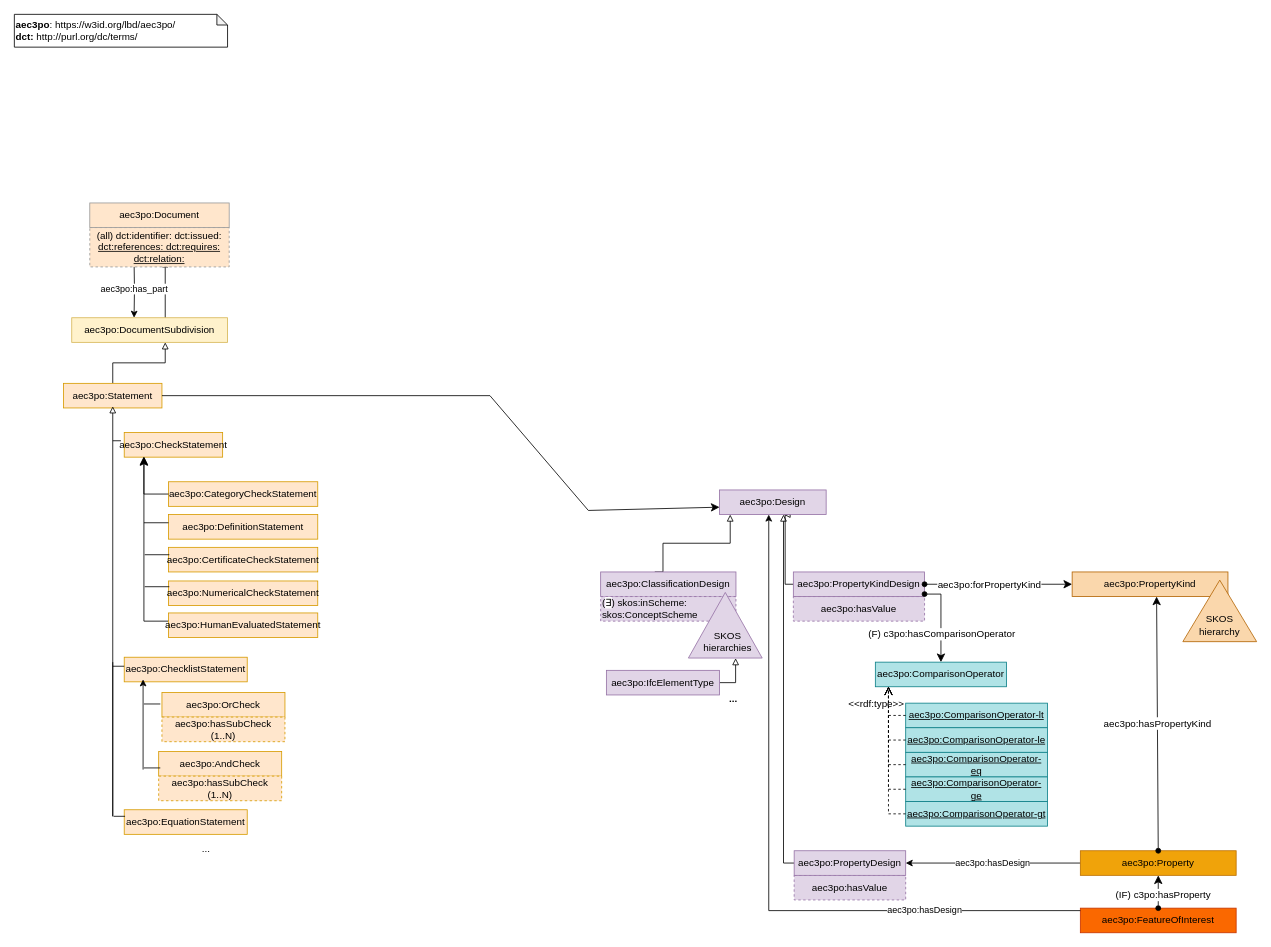
The draw.io diagram page "aec3po_light" (7 of 9) of aec3po.drawio in Accord-Project/aec3po, before the edit. Source tidied: cells renumbered, new cells numbered last; positions are measured from the earlier drawing's top-left corner, leaving out a move shared by most shapes. Both pictures are drawn from the tidied source at 82%, with x=0, y=0 at pixel (14, 14).
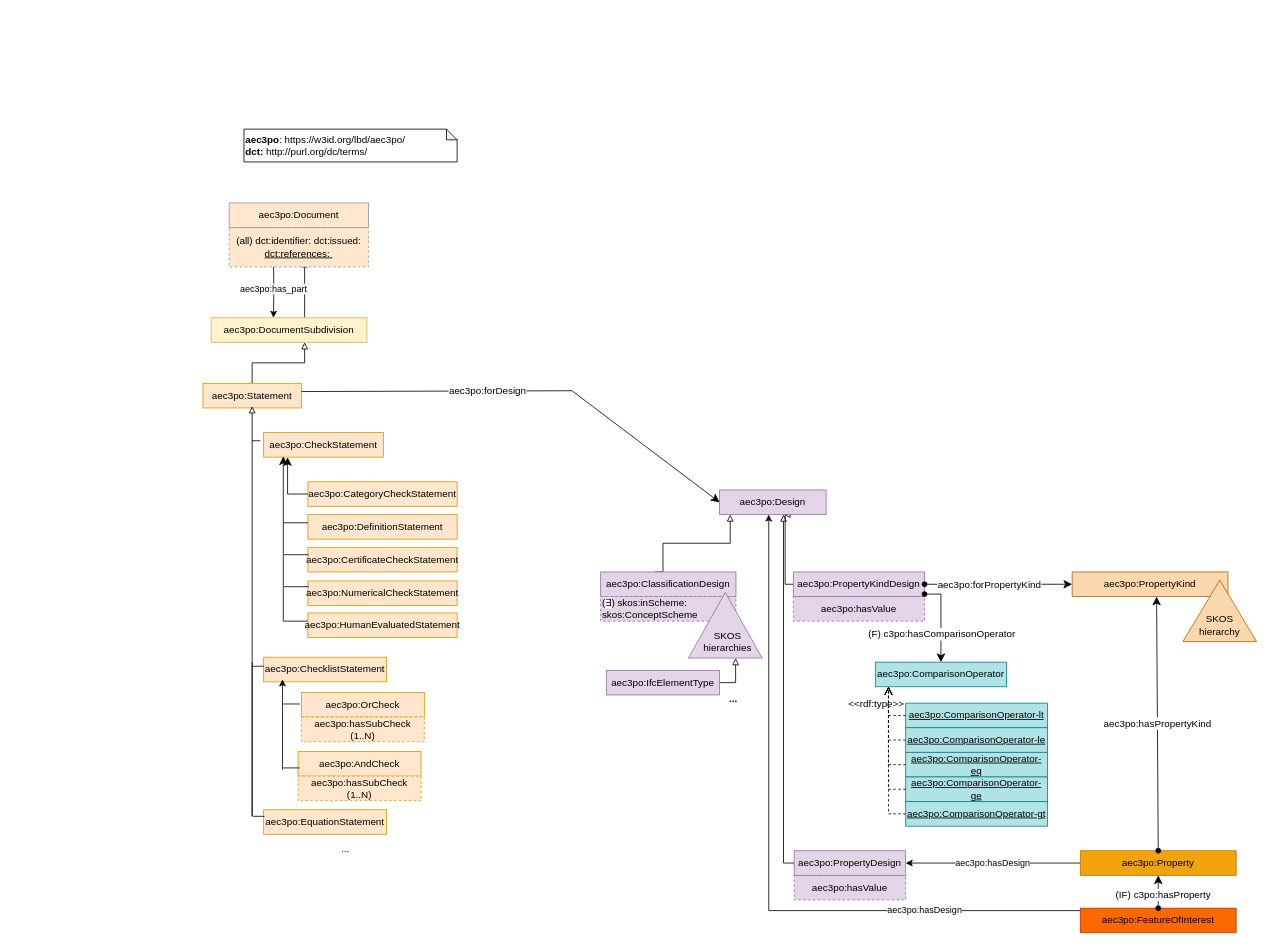
Above is the later version.

The change refers to these unchanged cells:
```xml
<mxCell id="39" value="aec3po:Design" style="rounded=0;whiteSpace=wrap;html=1;snapToPoint=1;points=[[0.1,0],[0.2,0],[0.3,0],[0.4,0],[0.5,0],[0.6,0],[0.7,0],[0.8,0],[0.9,0],[0,0.1],[0,0.3],[0,0.5],[0,0.7],[0,0.9],[0.1,1],[0.2,1],[0.3,1],[0.4,1],[0.5,1],[0.6,1],[0.7,1],[0.8,1],[0.9,1],[1,0.1],[1,0.3],[1,0.5],[1,0.7],[1,0.9]];fillColor=#e1d5e7;strokeColor=#9673a6;" parent="1" vertex="1">
  <mxGeometry x="860" y="580" width="130" height="30" as="geometry" />
</mxCell>
```

What changed in the source:
```diff
@@
     <mxCell id="2" value="&lt;b&gt;aec3po&lt;/b&gt;&lt;span style=&quot;background-color: initial;&quot;&gt;: https://w3id.org/lbd/aec3po/&lt;/span&gt;&lt;b&gt;&lt;br&gt;&lt;/b&gt;&lt;b style=&quot;--tw-border-spacing-x: 0; --tw-border-spacing-y: 0; --tw-translate-x: 0; --tw-translate-y: 0; --tw-rotate: 0; --tw-skew-x: 0; --tw-skew-y: 0; --tw-scale-x: 1; --tw-scale-y: 1; --tw-pan-x: ; --tw-pan-y: ; --tw-pinch-zoom: ; --tw-scroll-snap-strictness: proximity; --tw-ordinal: ; --tw-slashed-zero: ; --tw-numeric-figure: ; --tw-numeric-spacing: ; --tw-numeric-fraction: ; --tw-ring-inset: ; --tw-ring-offset-width: 0px; --tw-ring-offset-color: #fff; --tw-ring-color: rgb(59 130 246 / 0.5); --tw-ring-offset-shadow: 0 0 #0000; --tw-ring-shadow: 0 0 #0000; --tw-shadow: 0 0 #0000; --tw-shadow-colored: 0 0 #0000; --tw-blur: ; --tw-brightness: ; --tw-contrast: ; --tw-grayscale: ; --tw-hue-rotate: ; --tw-invert: ; --tw-saturate: ; --tw-sepia: ; --tw-drop-shadow: ; --tw-backdrop-blur: ; --tw-backdrop-brightness: ; --tw-backdrop-contrast: ; --tw-backdrop-grayscale: ; --tw-backdrop-hue-rotate: ; --tw-backdrop-invert: ; --tw-backdrop-opacity: ; --tw-backdrop-saturate: ; --tw-backdrop-sepia: ; border-color: var(--border-color); background-color: initial;&quot;&gt;dct:&lt;/b&gt;&amp;nbsp;http://purl.org/dc/terms/" style="shape=note;whiteSpace=wrap;html=1;backgroundOutline=1;darkOpacity=0.05;size=13;align=left;" parent="1" vertex="1">
-      <mxGeometry width="260" height="40" as="geometry" />
+      <mxGeometry x="280" y="140" width="260" height="40" as="geometry" />
     </mxCell>
@@
     <mxCell id="13" value="aec3po:Statement" style="rounded=0;whiteSpace=wrap;html=1;snapToPoint=1;points=[[0.1,0],[0.2,0],[0.3,0],[0.4,0],[0.5,0],[0.6,0],[0.7,0],[0.8,0],[0.9,0],[0,0.1],[0,0.3],[0,0.5],[0,0.7],[0,0.9],[0.1,1],[0.2,1],[0.3,1],[0.4,1],[0.5,1],[0.6,1],[0.7,1],[0.8,1],[0.9,1],[1,0.1],[1,0.3],[1,0.5],[1,0.7],[1,0.9]];fillColor=#ffe6cc;strokeColor=#d79b00;" parent="1" vertex="1">
-      <mxGeometry x="60" y="450" width="120" height="30" as="geometry" />
+      <mxGeometry x="230" y="450" width="120" height="30" as="geometry" />
     </mxCell>
@@
     <mxCell id="33" value="aec3po:OrCheck" style="rounded=0;whiteSpace=wrap;html=1;fillColor=#ffe6cc;strokeColor=#d79b00;" parent="1" vertex="1">
-      <mxGeometry x="180" y="827" width="150" height="30" as="geometry" />
+      <mxGeometry x="350" y="827" width="150" height="30" as="geometry" />
     </mxCell>
     <mxCell id="34" value="aec3po:hasSubCheck (1..N)" style="rounded=0;whiteSpace=wrap;html=1;dashed=1;fillColor=#ffe6cc;strokeColor=#d79b00;" parent="1" vertex="1">
-      <mxGeometry x="180" y="857" width="150" height="30" as="geometry" />
+      <mxGeometry x="350" y="857" width="150" height="30" as="geometry" />
     </mxCell>
@@
     <mxCell id="48" style="edgeStyle=orthogonalEdgeStyle;rounded=0;jettySize=auto;html=1;exitX=0.6;exitY=0;exitDx=0;exitDy=0;entryX=0.6;entryY=1;entryDx=0;entryDy=0;endArrow=block;endFill=0;" parent="1" edge="1" source="49">
       <mxGeometry relative="1" as="geometry">
-        <mxPoint x="184" y="300" as="targetPoint" />
+        <mxPoint x="354" y="300" as="targetPoint" />
       </mxGeometry>
     </mxCell>
     <mxCell id="49" value="aec3po:DocumentSubdivision" style="rounded=0;whiteSpace=wrap;html=1;snapToPoint=1;points=[[0.1,0],[0.2,0],[0.3,0],[0.4,0],[0.5,0],[0.6,0],[0.7,0],[0.8,0],[0.9,0],[0,0.1],[0,0.3],[0,0.5],[0,0.7],[0,0.9],[0.1,1],[0.2,1],[0.3,1],[0.4,1],[0.5,1],[0.6,1],[0.7,1],[0.8,1],[0.9,1],[1,0.1],[1,0.3],[1,0.5],[1,0.7],[1,0.9]];fillColor=#fff2cc;strokeColor=#d6b656;" parent="1" vertex="1">
-      <mxGeometry x="70" y="370" width="190" height="30" as="geometry" />
+      <mxGeometry x="240" y="370" width="190" height="30" as="geometry" />
     </mxCell>
     <mxCell id="50" value="aec3po:has_part" style="edgeStyle=orthogonalEdgeStyle;rounded=0;jettySize=auto;html=1;startArrow=oval;startFill=1;exitX=0.4;exitY=1;exitDx=0;exitDy=0;entryX=0.4;entryY=0;entryDx=0;entryDy=0;" parent="1" edge="1" target="49">
       <mxGeometry relative="1" as="geometry">
-        <mxPoint x="146" y="300" as="sourcePoint" />
+        <mxPoint x="316" y="300" as="sourcePoint" />
       </mxGeometry>
     </mxCell>
     <mxCell id="51" value="aec3po:CheckStatement" style="rounded=0;whiteSpace=wrap;html=1;snapToPoint=1;points=[[0.1,0],[0.2,0],[0.3,0],[0.4,0],[0.5,0],[0.6,0],[0.7,0],[0.8,0],[0.9,0],[0,0.1],[0,0.3],[0,0.5],[0,0.7],[0,0.9],[0.1,1],[0.2,1],[0.3,1],[0.4,1],[0.5,1],[0.6,1],[0.7,1],[0.8,1],[0.9,1],[1,0.1],[1,0.3],[1,0.5],[1,0.7],[1,0.9]];fillColor=#ffe6cc;strokeColor=#d79b00;" parent="1" vertex="1">
-      <mxGeometry x="134" y="510" width="120" height="30" as="geometry" />
+      <mxGeometry x="304" y="510" width="146" height="30" as="geometry" />
     </mxCell>
-    <mxCell id="52" style="endArrow=classic;html=1;endSize=8;arcSize=0;rounded=0;startArrow=none;startFill=0;entryX=0;entryY=0.7;entryDx=0;entryDy=0;exitX=1;exitY=0.5;exitDx=0;exitDy=0;" parent="1" edge="1" source="13" target="39">
+    <mxCell id="52" style="endArrow=classic;html=1;endSize=8;arcSize=0;rounded=0;startArrow=none;startFill=0;entryX=0;entryY=0.5;entryDx=0;entryDy=0;" parent="1" edge="1" target="39">
       <mxGeometry relative="1" as="geometry">
+        <mxPoint x="350" y="460" as="sourcePoint" />
         <Array as="points">
-          <mxPoint x="580" y="465" />
-          <mxPoint x="700" y="605" />
+          <mxPoint x="680" y="459" />
         </Array>
       </mxGeometry>
     </mxCell>
     <mxCell id="53" value="aec3po:DefinitionStatement" style="rounded=0;whiteSpace=wrap;html=1;fillColor=#ffe6cc;strokeColor=#d79b00;" parent="1" vertex="1">
-      <mxGeometry x="188" y="610" width="182" height="30" as="geometry" />
+      <mxGeometry x="358" y="610" width="182" height="30" as="geometry" />
     </mxCell>
     <mxCell id="54" value="aec3po:ChecklistStatement" style="rounded=0;whiteSpace=wrap;html=1;fillColor=#ffe6cc;strokeColor=#d79b00;" parent="1" vertex="1">
-      <mxGeometry x="134" y="784" width="150" height="30" as="geometry" />
+      <mxGeometry x="304" y="784" width="150" height="30" as="geometry" />
     </mxCell>
     <mxCell id="55" value="aec3po:CategoryCheckStatement" style="rounded=0;whiteSpace=wrap;html=1;snapToPoint=1;points=[[0.1,0],[0.2,0],[0.3,0],[0.4,0],[0.5,0],[0.6,0],[0.7,0],[0.8,0],[0.9,0],[0,0.1],[0,0.3],[0,0.5],[0,0.7],[0,0.9],[0.1,1],[0.2,1],[0.3,1],[0.4,1],[0.5,1],[0.6,1],[0.7,1],[0.8,1],[0.9,1],[1,0.1],[1,0.3],[1,0.5],[1,0.7],[1,0.9]];fillColor=#ffe6cc;strokeColor=#d79b00;" parent="1" vertex="1">
-      <mxGeometry x="188" y="570" width="182" height="30" as="geometry" />
+      <mxGeometry x="358" y="570" width="182" height="30" as="geometry" />
     </mxCell>
     <mxCell id="56" value="aec3po:CertificateCheckStatement" style="rounded=0;whiteSpace=wrap;html=1;fillColor=#ffe6cc;strokeColor=#d79b00;" parent="1" vertex="1">
-      <mxGeometry x="188" y="650" width="182" height="30" as="geometry" />
+      <mxGeometry x="358" y="650" width="182" height="30" as="geometry" />
     </mxCell>
     <mxCell id="57" value="aec3po:AndCheck" style="rounded=0;whiteSpace=wrap;html=1;fillColor=#ffe6cc;strokeColor=#d79b00;" parent="1" vertex="1">
-      <mxGeometry x="176" y="899" width="150" height="30" as="geometry" />
+      <mxGeometry x="346" y="899" width="150" height="30" as="geometry" />
     </mxCell>
     <mxCell id="58" value="aec3po:hasSubCheck (1..N)" style="rounded=0;whiteSpace=wrap;html=1;dashed=1;fillColor=#ffe6cc;strokeColor=#d79b00;" parent="1" vertex="1">
-      <mxGeometry x="176" y="929" width="150" height="30" as="geometry" />
+      <mxGeometry x="346" y="929" width="150" height="30" as="geometry" />
     </mxCell>
     <mxCell id="59" style="edgeStyle=orthogonalEdgeStyle;rounded=0;orthogonalLoop=1;jettySize=auto;html=1;startArrow=none;startFill=0;endArrow=block;endFill=0;" parent="1" edge="1">
       <mxGeometry relative="1" as="geometry">
-        <mxPoint x="120" y="790" as="sourcePoint" />
-        <mxPoint x="120" y="478" as="targetPoint" />
+        <mxPoint x="290" y="790" as="sourcePoint" />
+        <mxPoint x="290" y="478" as="targetPoint" />
         <Array as="points">
-          <mxPoint x="120" y="978" />
+          <mxPoint x="290" y="978" />
         </Array>
       </mxGeometry>
     </mxCell>
@@
     <mxCell id="61" style="edgeStyle=segmentEdgeStyle;endArrow=classic;html=1;curved=0;rounded=0;endSize=8;startSize=8;entryX=0.2;entryY=1;entryDx=0;entryDy=0;exitX=0;exitY=0.3;exitDx=0;exitDy=0;" parent="1" edge="1" source="70">
       <mxGeometry relative="1" as="geometry">
-        <mxPoint x="158" y="539" as="targetPoint" />
+        <mxPoint x="328" y="539" as="targetPoint" />
         <Array as="points">
-          <mxPoint x="188" y="740" />
-          <mxPoint x="158" y="740" />
+          <mxPoint x="358" y="740" />
+          <mxPoint x="328" y="740" />
         </Array>
       </mxGeometry>
     </mxCell>
     <mxCell id="62" style="endArrow=none;html=1;rounded=0;" parent="1" edge="1">
       <mxGeometry relative="1" as="geometry">
-        <mxPoint x="120" y="520" as="sourcePoint" />
-        <mxPoint x="130" y="520" as="targetPoint" />
+        <mxPoint x="290" y="520" as="sourcePoint" />
+        <mxPoint x="300" y="520" as="targetPoint" />
       </mxGeometry>
     </mxCell>
     <mxCell id="63" value="..." style="text;html=1;strokeColor=none;fillColor=none;align=center;verticalAlign=middle;whiteSpace=wrap;rounded=0;" parent="1" vertex="1">
-      <mxGeometry x="204" y="1003" width="60" height="30" as="geometry" />
+      <mxGeometry x="374" y="1003" width="60" height="30" as="geometry" />
     </mxCell>
-    <mxCell id="64" value="(all) dct:identifier: dct:issued: &lt;u&gt;dct:references: dct:requires: dct:relation:&lt;/u&gt;" style="rounded=0;whiteSpace=wrap;html=1;dashed=1;shadow=0;strokeColor=#999999;fillColor=#FFE6CC;" parent="1" vertex="1">
-      <mxGeometry x="92" y="260" width="170" height="48" as="geometry" />
+    <mxCell id="64" value="(all) dct:identifier: dct:issued: &lt;u&gt;dct:references:&amp;nbsp;&lt;/u&gt;" style="rounded=0;whiteSpace=wrap;html=1;dashed=1;shadow=0;strokeColor=#999999;fillColor=#FFE6CC;" parent="1" vertex="1">
+      <mxGeometry x="262" y="260" width="170" height="48" as="geometry" />
     </mxCell>
     <mxCell id="65" value="aec3po:Document" style="rounded=0;whiteSpace=wrap;html=1;shadow=0;strokeColor=#999999;fillColor=#FFE6CC;" parent="1" vertex="1">
-      <mxGeometry x="92" y="230" width="170" height="30" as="geometry" />
+      <mxGeometry x="262" y="230" width="170" height="30" as="geometry" />
     </mxCell>
     <mxCell id="66" style="endArrow=classic;html=1;rounded=0;" parent="1" edge="1">
       <mxGeometry relative="1" as="geometry">
-        <mxPoint x="157" y="921" as="sourcePoint" />
-        <mxPoint x="157" y="811" as="targetPoint" />
+        <mxPoint x="327" y="921" as="sourcePoint" />
+        <mxPoint x="327" y="811" as="targetPoint" />
       </mxGeometry>
     </mxCell>
     <mxCell id="67" style="endArrow=none;html=1;rounded=0;" parent="1" edge="1">
       <mxGeometry relative="1" as="geometry">
-        <mxPoint x="158" y="841" as="sourcePoint" />
-        <mxPoint x="178" y="841" as="targetPoint" />
+        <mxPoint x="328" y="841" as="sourcePoint" />
+        <mxPoint x="348" y="841" as="targetPoint" />
       </mxGeometry>
     </mxCell>
     <mxCell id="68" style="endArrow=none;html=1;rounded=0;" parent="1" edge="1">
       <mxGeometry relative="1" as="geometry">
-        <mxPoint x="158" y="919" as="sourcePoint" />
-        <mxPoint x="178" y="919" as="targetPoint" />
+        <mxPoint x="328" y="919" as="sourcePoint" />
+        <mxPoint x="348" y="919" as="targetPoint" />
       </mxGeometry>
     </mxCell>
     <mxCell id="69" value="aec3po:NumericalCheckStatement" style="rounded=0;whiteSpace=wrap;html=1;fillColor=#ffe6cc;strokeColor=#d79b00;" parent="1" vertex="1">
-      <mxGeometry x="188" y="691" width="182" height="30" as="geometry" />
+      <mxGeometry x="358" y="691" width="182" height="30" as="geometry" />
     </mxCell>
     <mxCell id="70" value="aec3po:HumanEvaluatedStatement" style="rounded=0;whiteSpace=wrap;html=1;snapToPoint=1;points=[[0.1,0],[0.2,0],[0.3,0],[0.4,0],[0.5,0],[0.6,0],[0.7,0],[0.8,0],[0.9,0],[0,0.1],[0,0.3],[0,0.5],[0,0.7],[0,0.9],[0.1,1],[0.2,1],[0.3,1],[0.4,1],[0.5,1],[0.6,1],[0.7,1],[0.8,1],[0.9,1],[1,0.1],[1,0.3],[1,0.5],[1,0.7],[1,0.9]];fillColor=#ffe6cc;strokeColor=#d79b00;" parent="1" vertex="1">
-      <mxGeometry x="188" y="730" width="182" height="30" as="geometry" />
+      <mxGeometry x="358" y="730" width="182" height="30" as="geometry" />
     </mxCell>
     <mxCell id="71" style="endArrow=none;html=1;rounded=0;" parent="1" edge="1">
       <mxGeometry relative="1" as="geometry">
-        <mxPoint x="158" y="620" as="sourcePoint" />
-        <mxPoint x="188" y="620" as="targetPoint" />
+        <mxPoint x="328" y="620" as="sourcePoint" />
+        <mxPoint x="358" y="620" as="targetPoint" />
       </mxGeometry>
     </mxCell>
     <mxCell id="72" style="endArrow=none;html=1;rounded=0;" parent="1" edge="1">
       <mxGeometry relative="1" as="geometry">
-        <mxPoint x="159" y="659" as="sourcePoint" />
-        <mxPoint x="189" y="659" as="targetPoint" />
+        <mxPoint x="329" y="659" as="sourcePoint" />
+        <mxPoint x="359" y="659" as="targetPoint" />
       </mxGeometry>
     </mxCell>
     <mxCell id="73" style="endArrow=none;html=1;rounded=0;" parent="1" edge="1">
       <mxGeometry relative="1" as="geometry">
-        <mxPoint x="159" y="698" as="sourcePoint" />
-        <mxPoint x="189" y="698" as="targetPoint" />
+        <mxPoint x="329" y="698" as="sourcePoint" />
+        <mxPoint x="359" y="698" as="targetPoint" />
       </mxGeometry>
     </mxCell>
     <mxCell id="74" style="endArrow=none;html=1;rounded=0;" parent="1" edge="1">
       <mxGeometry relative="1" as="geometry">
-        <mxPoint x="120" y="795" as="sourcePoint" />
-        <mxPoint x="134" y="795" as="targetPoint" />
+        <mxPoint x="290" y="795" as="sourcePoint" />
+        <mxPoint x="304" y="795" as="targetPoint" />
       </mxGeometry>
     </mxCell>
     <mxCell id="75" value="aec3po:EquationStatement" style="rounded=0;whiteSpace=wrap;html=1;fillColor=#ffe6cc;strokeColor=#d79b00;" parent="1" vertex="1">
-      <mxGeometry x="134" y="970" width="150" height="30" as="geometry" />
+      <mxGeometry x="304" y="970" width="150" height="30" as="geometry" />
     </mxCell>
     <mxCell id="76" style="endArrow=none;html=1;rounded=0;" parent="1" edge="1">
       <mxGeometry relative="1" as="geometry">
-        <mxPoint x="121" y="978" as="sourcePoint" />
-        <mxPoint x="135" y="978" as="targetPoint" />
+        <mxPoint x="291" y="978" as="sourcePoint" />
+        <mxPoint x="305" y="978" as="targetPoint" />
       </mxGeometry>
     </mxCell>
+    <mxCell id="77" value="&lt;div&gt;aec3po:forDesign&lt;br&gt;&lt;/div&gt;" style="text;html=1;align=center;verticalAlign=middle;labelBackgroundColor=#ffffff;" parent="1" vertex="1">
+      <mxGeometry x="590" y="440" as="geometry">
+        <mxPoint x="-14" y="18" as="offset" />
+      </mxGeometry>
+    </mxCell>
```
